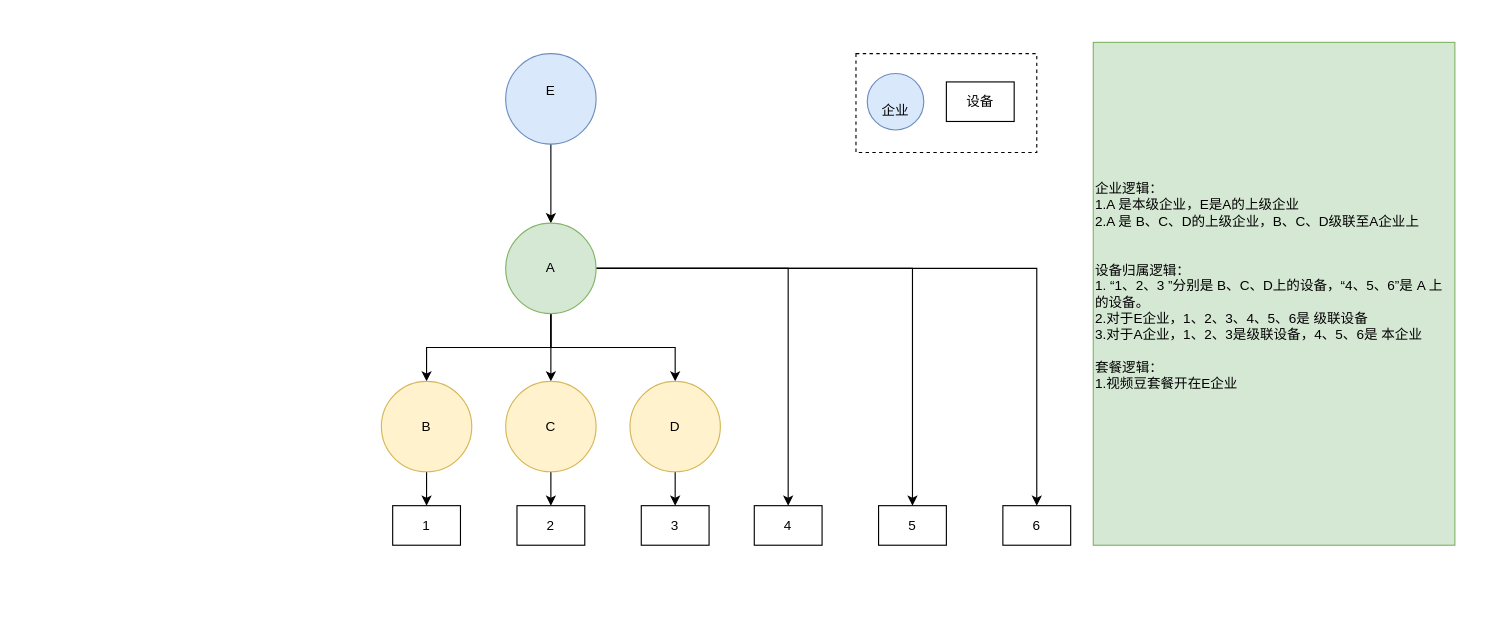
Above: 上下级联功能.drawio in YouHuangxin/Deep-Learning-With-Python (draw.io), before the change. Source tidied: cells renumbered, new cells numbered last; positions are measured from the earlier drawing's top-left corner, leaving out a move shared by most shapes. Both pictures are drawn from the tidied source at 113%, with x=0, y=0 at pixel (381, 42).
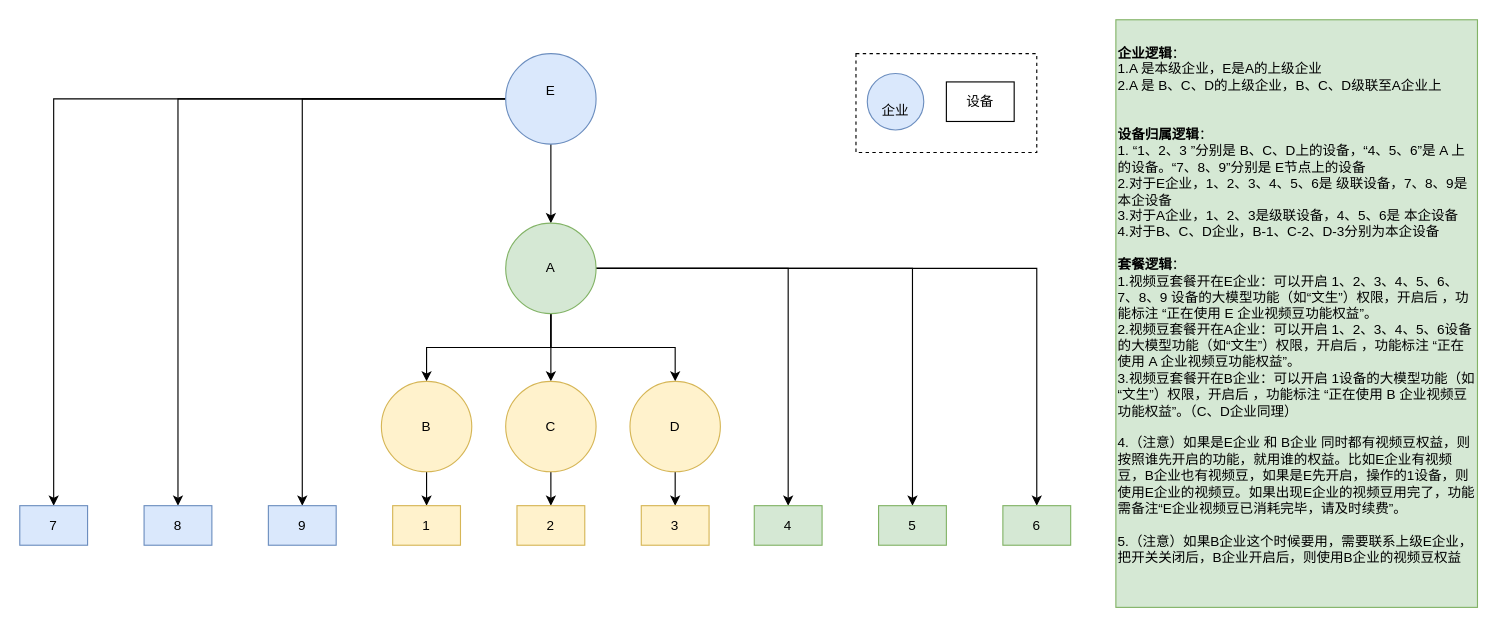
The same page after the edit.

Commit message:
更新上下级联功能.drawio

The change refers to these unchanged cells:
```xml
<mxCell id="4" value="E&lt;div&gt;&lt;br&gt;&lt;/div&gt;" style="ellipse;whiteSpace=wrap;html=1;shapeInside=1;fillColor=#dae8fc;strokeColor=#6c8ebf;" parent="1" vertex="1">
  <mxGeometry x="110" y="10" width="80" height="80" as="geometry" />
</mxCell>
```

Diff of the diagram source:
```diff
@@
+    <mxCell id="27" style="edgeStyle=orthogonalEdgeStyle;rounded=0;jettySize=auto;html=1;entryX=0.5;entryY=0;entryDx=0;entryDy=0;defaultLabelBackgroundColor=page;" parent="1" edge="1" source="4" target="30">
+      <mxGeometry relative="1" as="geometry" />
+    </mxCell>
+    <mxCell id="28" style="edgeStyle=orthogonalEdgeStyle;rounded=0;jettySize=auto;html=1;defaultLabelBackgroundColor=page;" parent="1" edge="1" source="4" target="31">
+      <mxGeometry relative="1" as="geometry" />
+    </mxCell>
+    <mxCell id="29" style="edgeStyle=orthogonalEdgeStyle;rounded=0;jettySize=auto;html=1;entryX=0.5;entryY=0;entryDx=0;entryDy=0;defaultLabelBackgroundColor=page;" parent="1" edge="1" source="4" target="32">
+      <mxGeometry relative="1" as="geometry" />
+    </mxCell>
@@
-    <mxCell id="18" value="1" style="rounded=0;whiteSpace=wrap;html=1;" parent="1" vertex="1">
+    <mxCell id="18" value="1" style="rounded=0;whiteSpace=wrap;html=1;fillColor=#fff2cc;strokeColor=#d6b656;" parent="1" vertex="1">
       <mxGeometry x="10" y="410" width="60" height="35" as="geometry" />
     </mxCell>
-    <mxCell id="19" value="2" style="rounded=0;whiteSpace=wrap;html=1;" parent="1" vertex="1">
+    <mxCell id="19" value="2" style="rounded=0;whiteSpace=wrap;html=1;fillColor=#fff2cc;strokeColor=#d6b656;" parent="1" vertex="1">
       <mxGeometry x="120" y="410" width="60" height="35" as="geometry" />
     </mxCell>
-    <mxCell id="20" value="3" style="rounded=0;whiteSpace=wrap;html=1;" parent="1" vertex="1">
+    <mxCell id="20" value="3" style="rounded=0;whiteSpace=wrap;html=1;fillColor=#fff2cc;strokeColor=#d6b656;" parent="1" vertex="1">
       <mxGeometry x="230" y="410" width="60" height="35" as="geometry" />
     </mxCell>
@@
-    <mxCell id="23" value="&lt;div&gt;企业逻辑：&lt;/div&gt;1.A 是本级企业，E是A的上级企业&lt;div&gt;2.A 是 B、C、D的上级企业，B、C、D级联至A企业上&lt;/div&gt;&lt;div&gt;&lt;br&gt;&lt;/div&gt;&lt;div&gt;&lt;br&gt;&lt;/div&gt;&lt;div&gt;设备归属逻辑：&lt;/div&gt;&lt;div&gt;1. “&lt;span style=&quot;background-color: transparent; color: light-dark(#000000, var(--ge-light-color, #ffffff));&quot;&gt;1、2、3 ”分别是 B、C、D上的设备，“4、5、6”是 A 上的设备。&lt;/span&gt;&lt;/div&gt;&lt;div&gt;&lt;span style=&quot;background-color: transparent; color: light-dark(#000000, var(--ge-light-color, #ffffff));&quot;&gt;2.对于E企业，1、2、3、4、5、6是 级联设备&lt;/span&gt;&lt;/div&gt;&lt;div&gt;&lt;span style=&quot;background-color: transparent; color: light-dark(#000000, var(--ge-light-color, #ffffff));&quot;&gt;3.对于A企业，1、2、3是级联设备，4、5、6是 本企业&lt;/span&gt;&lt;/div&gt;&lt;div&gt;&lt;span style=&quot;background-color: transparent; color: light-dark(#000000, var(--ge-light-color, #ffffff));&quot;&gt;&lt;br&gt;&lt;/span&gt;&lt;/div&gt;&lt;div&gt;&lt;span style=&quot;background-color: transparent; color: light-dark(#000000, var(--ge-light-color, #ffffff));&quot;&gt;套餐逻辑：&lt;/span&gt;&lt;/div&gt;&lt;div&gt;&lt;span style=&quot;background-color: transparent; color: light-dark(#000000, var(--ge-light-color, #ffffff));&quot;&gt;1.视频豆套餐开在E企业&lt;/span&gt;&lt;/div&gt;&lt;div&gt;&lt;span style=&quot;background-color: transparent; color: light-dark(#000000, var(--ge-light-color, #ffffff));&quot;&gt;&lt;br&gt;&lt;/span&gt;&lt;/div&gt;" style="text;html=1;whiteSpace=wrap;strokeColor=#82b366;fillColor=#d5e8d4;align=left;verticalAlign=middle;rounded=0;" parent="1" vertex="1">
-      <mxGeometry x="630" width="320" height="445" as="geometry" />
+    <mxCell id="23" value="&lt;div&gt;&lt;b&gt;企业逻辑&lt;/b&gt;：&lt;/div&gt;1.A 是本级企业，E是A的上级企业&lt;div&gt;2.A 是 B、C、D的上级企业，B、C、D级联至A企业上&lt;/div&gt;&lt;div&gt;&lt;br&gt;&lt;/div&gt;&lt;div&gt;&lt;br&gt;&lt;/div&gt;&lt;div&gt;&lt;b&gt;设备归属逻辑&lt;/b&gt;：&lt;/div&gt;&lt;div&gt;1. “&lt;span style=&quot;background-color: transparent; color: light-dark(#000000, var(--ge-light-color, #ffffff));&quot;&gt;1、2、3 ”分别是 B、C、D上的设备，“4、5、6”是 A 上的设备。“7、8、9”分别是 E节点上的设备&lt;/span&gt;&lt;/div&gt;&lt;div&gt;&lt;span style=&quot;background-color: transparent; color: light-dark(#000000, var(--ge-light-color, #ffffff));&quot;&gt;2.对于E企业，1、2、3、4、5、6是 级联设备，7、8、9是本企设备&lt;/span&gt;&lt;/div&gt;&lt;div&gt;&lt;span style=&quot;background-color: transparent; color: light-dark(#000000, var(--ge-light-color, #ffffff));&quot;&gt;3.对于A企业，1、2、3是级联设备，4、5、6是 本企设备&lt;/span&gt;&lt;/div&gt;&lt;div&gt;&lt;span style=&quot;background-color: transparent; color: light-dark(#000000, var(--ge-light-color, #ffffff));&quot;&gt;4.对于B、C、D企业，B-1、C-2、D-3分别为&lt;/span&gt;&lt;span style=&quot;background-color: transparent; color: light-dark(#000000, var(--ge-light-color, #ffffff));&quot;&gt;本企设备&lt;/span&gt;&lt;/div&gt;&lt;div&gt;&lt;span style=&quot;background-color: transparent; color: light-dark(#000000, var(--ge-light-color, #ffffff));&quot;&gt;&lt;br&gt;&lt;/span&gt;&lt;/div&gt;&lt;div&gt;&lt;span style=&quot;background-color: transparent; color: light-dark(#000000, var(--ge-light-color, #ffffff));&quot;&gt;&lt;b&gt;套餐逻辑&lt;/b&gt;：&lt;/span&gt;&lt;/div&gt;&lt;div&gt;&lt;span style=&quot;background-color: transparent; color: light-dark(#000000, var(--ge-light-color, #ffffff));&quot;&gt;1.视频豆套餐开在E企业：可以开启 1、2、3、4、5、6、7、8、9 设备的大模型功能（如“文生”）权限，开启后 ，功能标注 “正在使用 E 企业视频豆功能权益”。&lt;/span&gt;&lt;/div&gt;&lt;div&gt;2.视频豆套餐开在A企业：可以开启 1、2、3、4、5、6设备的大模型功能（如“文生”）权限，开启后 ，功能标注 “正在使用 A 企业视频豆功能权益”。&lt;span style=&quot;background-color: transparent; color: light-dark(#000000, var(--ge-light-color, #ffffff));&quot;&gt;&lt;/span&gt;&lt;/div&gt;&lt;div&gt;3.&lt;span style=&quot;background-color: transparent; color: light-dark(#000000, var(--ge-light-color, #ffffff));&quot;&gt;视频豆套餐开在B企业：可以开启 1设备的大模型功能（如“文生”）权限，开启后 ，功能标注 “正在使用 B 企业视频豆功能权益”。（C、D企业同理）&lt;/span&gt;&lt;/div&gt;&lt;div&gt;&lt;span style=&quot;background-color: transparent; color: light-dark(#000000, var(--ge-light-color, #ffffff));&quot;&gt;&lt;br&gt;&lt;/span&gt;&lt;/div&gt;&lt;div&gt;&lt;span style=&quot;background-color: transparent; color: light-dark(#000000, var(--ge-light-color, #ffffff));&quot;&gt;4.（注意）如果是E企业 和 B企业 同时都有视频豆权益，则按照谁先开启的功能，就用谁的权益。比如E企业有视频豆，B企业也有视频豆，如果是E先开启，操作的1设备，则使用E企业的视频豆。如果出现E企业的视频豆用完了，功能需备注“E企业视频豆已消耗完毕，请及时续费”。&lt;/span&gt;&lt;/div&gt;&lt;div&gt;&lt;span style=&quot;background-color: transparent; color: light-dark(#000000, var(--ge-light-color, #ffffff));&quot;&gt;&lt;br&gt;&lt;/span&gt;&lt;/div&gt;&lt;div&gt;&lt;span style=&quot;background-color: transparent; color: light-dark(#000000, var(--ge-light-color, #ffffff));&quot;&gt;5.（注意）如果B企业这个时候要用，需要联系上级E企业，把开关关闭后，B企业开启后，则使用B企业的视频豆权益&lt;/span&gt;&lt;/div&gt;&lt;div&gt;&lt;br&gt;&lt;/div&gt;" style="text;html=1;whiteSpace=wrap;strokeColor=#82b366;fillColor=#d5e8d4;align=left;verticalAlign=middle;rounded=0;" parent="1" vertex="1">
+      <mxGeometry x="650" y="-20" width="320" height="520" as="geometry" />
     </mxCell>
-    <mxCell id="24" value="4" style="rounded=0;whiteSpace=wrap;html=1;" parent="1" vertex="1">
+    <mxCell id="24" value="4" style="rounded=0;whiteSpace=wrap;html=1;fillColor=#d5e8d4;strokeColor=#82b366;" parent="1" vertex="1">
       <mxGeometry x="330" y="410" width="60" height="35" as="geometry" />
     </mxCell>
-    <mxCell id="25" value="5" style="rounded=0;whiteSpace=wrap;html=1;" parent="1" vertex="1">
+    <mxCell id="25" value="5" style="rounded=0;whiteSpace=wrap;html=1;fillColor=#d5e8d4;strokeColor=#82b366;" parent="1" vertex="1">
       <mxGeometry x="440" y="410" width="60" height="35" as="geometry" />
     </mxCell>
-    <mxCell id="26" value="6" style="rounded=0;whiteSpace=wrap;html=1;" parent="1" vertex="1">
+    <mxCell id="26" value="6" style="rounded=0;whiteSpace=wrap;html=1;fillColor=#d5e8d4;strokeColor=#82b366;" parent="1" vertex="1">
       <mxGeometry x="550" y="410" width="60" height="35" as="geometry" />
     </mxCell>
+    <mxCell id="30" value="7" style="rounded=0;whiteSpace=wrap;html=1;fillColor=#dae8fc;strokeColor=#6c8ebf;" parent="1" vertex="1">
+      <mxGeometry x="-320" y="410" width="60" height="35" as="geometry" />
+    </mxCell>
+    <mxCell id="31" value="8" style="rounded=0;whiteSpace=wrap;html=1;fillColor=#dae8fc;strokeColor=#6c8ebf;" parent="1" vertex="1">
+      <mxGeometry x="-210" y="410" width="60" height="35" as="geometry" />
+    </mxCell>
+    <mxCell id="32" value="9" style="rounded=0;whiteSpace=wrap;html=1;fillColor=#dae8fc;strokeColor=#6c8ebf;" parent="1" vertex="1">
+      <mxGeometry x="-100" y="410" width="60" height="35" as="geometry" />
+    </mxCell>
```
